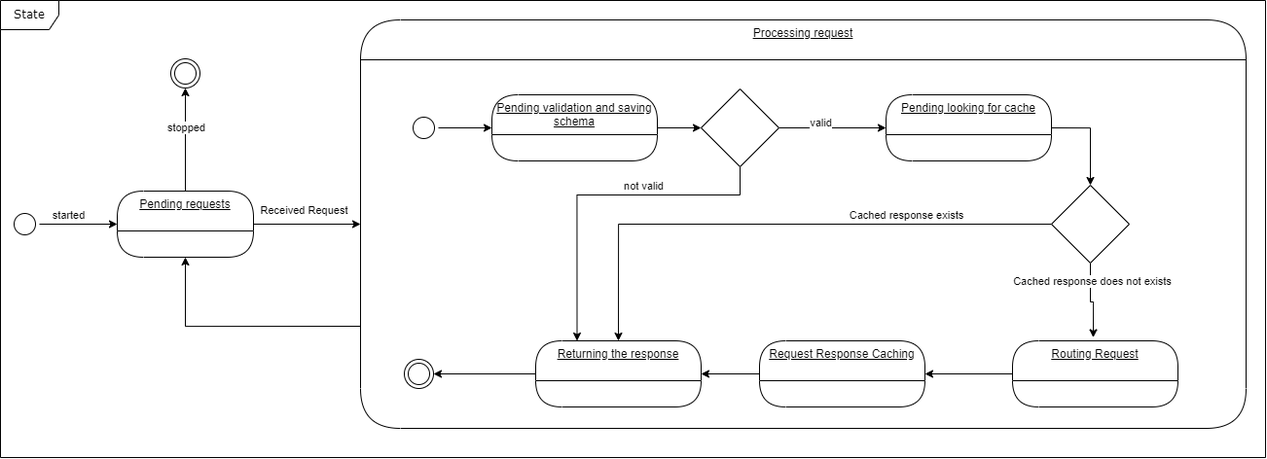
laym0n/vr keeps this draw.io diagram as state.png. Above is the earlier version. Source tidied: cells renumbered, new cells last; positions are measured from the earlier drawing's top-left corner, leaving out a move shared by most shapes.
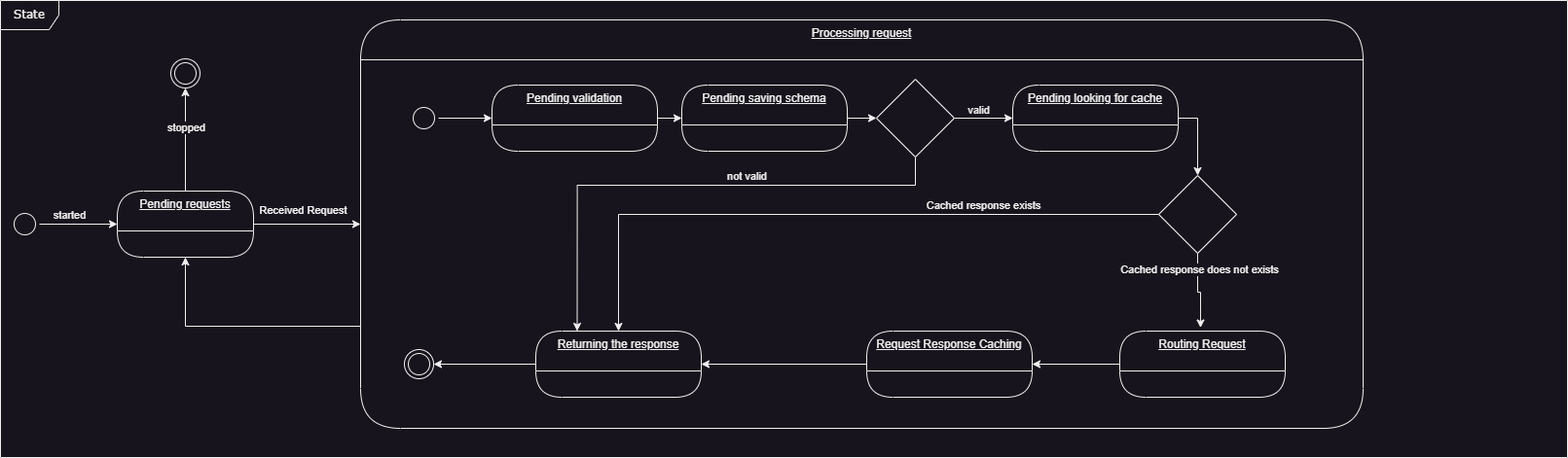
The same diagram one commit later.

Change to the diagram source:
```diff
@@ -14,7 +14,7 @@
       <mxGeometry x="10" y="215" width="30" height="30" as="geometry" />
     </mxCell>
     <mxCell id="5" value="State" style="shape=umlFrame;whiteSpace=wrap;html=1;rounded=1;shadow=0;comic=0;labelBackgroundColor=none;strokeWidth=1;fontFamily=Verdana;fontSize=12;align=center;" parent="1" vertex="1">
-      <mxGeometry width="1300" height="470" as="geometry" />
+      <mxGeometry width="1610" height="470" as="geometry" />
     </mxCell>
     <mxCell id="6" style="edgeStyle=orthogonalEdgeStyle;rounded=0;jettySize=auto;html=1;entryX=0;entryY=0.5;entryDx=0;entryDy=0;" parent="1" edge="1" source="8" target="12">
       <mxGeometry relative="1" as="geometry" />
@@ -43,22 +43,22 @@
       </mxGeometry>
     </mxCell>
     <mxCell id="12" value="Processing request" style="swimlane;fontStyle=4;align=center;verticalAlign=top;horizontal=1;startSize=41;html=1;rounded=1;absoluteArcSize=1;arcSize=140;whiteSpace=wrap;" parent="1" vertex="1">
-      <mxGeometry x="370" y="20" width="910" height="420" as="geometry" />
+      <mxGeometry x="370" y="20" width="1030" height="420" as="geometry" />
     </mxCell>
     <mxCell id="13" style="edgeStyle=orthogonalEdgeStyle;rounded=0;jettySize=auto;html=1;entryX=1;entryY=0.5;entryDx=0;entryDy=0;" parent="1" edge="1" source="31" target="17">
       <mxGeometry relative="1" as="geometry" />
     </mxCell>
-    <mxCell id="14" value="Pending validation and saving schema" style="swimlane;fontStyle=4;align=center;verticalAlign=top;horizontal=1;startSize=41;html=1;rounded=1;absoluteArcSize=1;arcSize=170;whiteSpace=wrap;" parent="1" vertex="1">
-      <mxGeometry x="505" y="97" width="170" height="68" as="geometry" />
+    <mxCell id="14" value="Pending validation" style="swimlane;fontStyle=4;align=center;verticalAlign=top;horizontal=1;startSize=41;html=1;rounded=1;absoluteArcSize=1;arcSize=162;whiteSpace=wrap;" parent="1" vertex="1">
+      <mxGeometry x="505" y="87" width="170" height="68" as="geometry" />
     </mxCell>
     <mxCell id="15" style="edgeStyle=orthogonalEdgeStyle;rounded=0;jettySize=auto;html=1;entryX=0;entryY=0.5;entryDx=0;entryDy=0;" parent="1" edge="1" source="16" target="14">
       <mxGeometry relative="1" as="geometry" />
     </mxCell>
     <mxCell id="16" style="ellipse;html=1;shape=startState;rounded=1;shadow=0;comic=0;labelBackgroundColor=none;fontFamily=Verdana;fontSize=12;align=center;direction=south;" parent="1" vertex="1">
-      <mxGeometry x="420" y="116" width="30" height="30" as="geometry" />
+      <mxGeometry x="420" y="106" width="30" height="30" as="geometry" />
     </mxCell>
     <mxCell id="17" style="ellipse;html=1;shape=endState;rounded=1;shadow=0;comic=0;labelBackgroundColor=none;fontFamily=Verdana;fontSize=12;align=center;" parent="1" vertex="1">
-      <mxGeometry x="415" y="369" width="30" height="30" as="geometry" />
+      <mxGeometry x="415" y="359" width="30" height="30" as="geometry" />
     </mxCell>
     <mxCell id="18" style="edgeStyle=orthogonalEdgeStyle;rounded=0;jettySize=auto;html=1;entryX=0.488;entryY=-0.051;entryDx=0;entryDy=0;entryPerimeter=0;" parent="1" edge="1" source="26" target="20">
       <mxGeometry relative="1" as="geometry" />
@@ -67,13 +67,13 @@
       <mxGeometry x="-0.58" y="1" relative="1" as="geometry" />
     </mxCell>
     <mxCell id="20" value="Routing Request" style="swimlane;fontStyle=4;align=center;verticalAlign=top;horizontal=1;startSize=41;html=1;rounded=1;absoluteArcSize=1;arcSize=140;whiteSpace=wrap;" parent="1" vertex="1">
-      <mxGeometry x="1040" y="350" width="170" height="68" as="geometry" />
+      <mxGeometry x="1150" y="340" width="170" height="68" as="geometry" />
     </mxCell>
     <mxCell id="21" style="edgeStyle=orthogonalEdgeStyle;rounded=0;jettySize=auto;html=1;entryX=1;entryY=0.5;entryDx=0;entryDy=0;" parent="1" edge="1" source="20" target="22">
       <mxGeometry relative="1" as="geometry" />
     </mxCell>
     <mxCell id="22" value="Request Response Caching" style="swimlane;fontStyle=4;align=center;verticalAlign=top;horizontal=1;startSize=41;html=1;rounded=1;absoluteArcSize=1;arcSize=140;whiteSpace=wrap;" parent="1" vertex="1">
-      <mxGeometry x="780" y="350" width="170" height="68" as="geometry" />
+      <mxGeometry x="890" y="340" width="170" height="68" as="geometry" />
     </mxCell>
     <mxCell id="23" style="edgeStyle=orthogonalEdgeStyle;rounded=0;jettySize=auto;html=1;entryX=0.5;entryY=0;entryDx=0;entryDy=0;exitX=1;exitY=0.5;exitDx=0;exitDy=0;" parent="1" edge="1" source="29" target="26">
       <mxGeometry relative="1" as="geometry" />
@@ -87,33 +87,33 @@
       </mxGeometry>
     </mxCell>
     <mxCell id="26" style="rhombus;whiteSpace=wrap;html=1;" parent="1" vertex="1">
-      <mxGeometry x="1080" y="190" width="80" height="80" as="geometry" />
+      <mxGeometry x="1190" y="180" width="80" height="80" as="geometry" />
     </mxCell>
-    <mxCell id="27" style="edgeStyle=orthogonalEdgeStyle;rounded=0;jettySize=auto;html=1;entryX=0;entryY=0.5;entryDx=0;entryDy=0;" parent="1" edge="1" source="35" target="29">
+    <mxCell id="27" style="edgeStyle=orthogonalEdgeStyle;rounded=0;jettySize=auto;html=1;entryX=0;entryY=0.5;entryDx=0;entryDy=0;exitX=1;exitY=0.5;exitDx=0;exitDy=0;" parent="1" edge="1" source="35" target="29">
       <mxGeometry relative="1" as="geometry" />
     </mxCell>
     <mxCell id="28" value="valid" style="edgeLabel;html=1;align=center;verticalAlign=middle;" parent="27" vertex="1">
       <mxGeometry x="-0.23" y="2" relative="1" as="geometry">
-        <mxPoint y="-4" as="offset" />
+        <mxPoint y="-7" as="offset" />
       </mxGeometry>
     </mxCell>
     <mxCell id="29" value="Pending looking for cache" style="swimlane;fontStyle=4;align=center;verticalAlign=top;horizontal=1;startSize=41;html=1;rounded=1;absoluteArcSize=1;arcSize=144;whiteSpace=wrap;" parent="1" vertex="1">
-      <mxGeometry x="910" y="97" width="170" height="68" as="geometry" />
+      <mxGeometry x="1040" y="87" width="170" height="68" as="geometry" />
     </mxCell>
     <mxCell id="30" style="edgeStyle=orthogonalEdgeStyle;rounded=0;jettySize=auto;html=1;entryX=1;entryY=0.5;entryDx=0;entryDy=0;" parent="1" edge="1" source="22" target="31">
       <mxGeometry relative="1" as="geometry" />
     </mxCell>
     <mxCell id="31" value="Returning the response" style="swimlane;fontStyle=4;align=center;verticalAlign=top;horizontal=1;startSize=41;html=1;rounded=1;absoluteArcSize=1;arcSize=140;whiteSpace=wrap;" parent="1" vertex="1">
-      <mxGeometry x="550" y="350" width="170" height="68" as="geometry" />
+      <mxGeometry x="550" y="340" width="170" height="68" as="geometry" />
     </mxCell>
-    <mxCell id="32" style="edgeStyle=orthogonalEdgeStyle;rounded=0;jettySize=auto;html=1;entryX=0;entryY=0.5;entryDx=0;entryDy=0;" parent="1" edge="1" source="14" target="35">
+    <mxCell id="32" style="edgeStyle=orthogonalEdgeStyle;rounded=0;jettySize=auto;html=1;entryX=0;entryY=0.5;entryDx=0;entryDy=0;" parent="1" edge="1" source="38" target="35">
       <mxGeometry relative="1" as="geometry" />
     </mxCell>
     <mxCell id="33" style="edgeStyle=orthogonalEdgeStyle;rounded=0;jettySize=auto;html=1;entryX=0.25;entryY=0;entryDx=0;entryDy=0;" parent="1" edge="1" source="35" target="31">
       <mxGeometry relative="1" as="geometry">
         <Array as="points">
-          <mxPoint x="760" y="200" />
-          <mxPoint x="592" y="200" />
+          <mxPoint x="940" y="190" />
+          <mxPoint x="592" y="190" />
         </Array>
       </mxGeometry>
     </mxCell>
@@ -123,10 +123,16 @@
       </mxGeometry>
     </mxCell>
     <mxCell id="35" style="rhombus;whiteSpace=wrap;html=1;" parent="1" vertex="1">
-      <mxGeometry x="720" y="91" width="80" height="80" as="geometry" />
+      <mxGeometry x="900" y="81" width="80" height="80" as="geometry" />
     </mxCell>
     <mxCell id="36" style="ellipse;html=1;shape=endState;rounded=1;shadow=0;comic=0;labelBackgroundColor=none;fontFamily=Verdana;fontSize=12;align=center;" parent="1" vertex="1">
       <mxGeometry x="175" y="60" width="30" height="30" as="geometry" />
     </mxCell>
+    <mxCell id="37" style="edgeStyle=orthogonalEdgeStyle;rounded=0;jettySize=auto;html=1;entryX=0;entryY=0.5;entryDx=0;entryDy=0;" parent="1" edge="1" source="14" target="38">
+      <mxGeometry relative="1" as="geometry" />
+    </mxCell>
+    <mxCell id="38" value="Pending saving schema" style="swimlane;fontStyle=4;align=center;verticalAlign=top;horizontal=1;startSize=41;html=1;rounded=1;absoluteArcSize=1;arcSize=170;whiteSpace=wrap;" parent="1" vertex="1">
+      <mxGeometry x="700" y="87" width="170" height="68" as="geometry" />
+    </mxCell>
   </root>
 </mxGraphModel>
```
